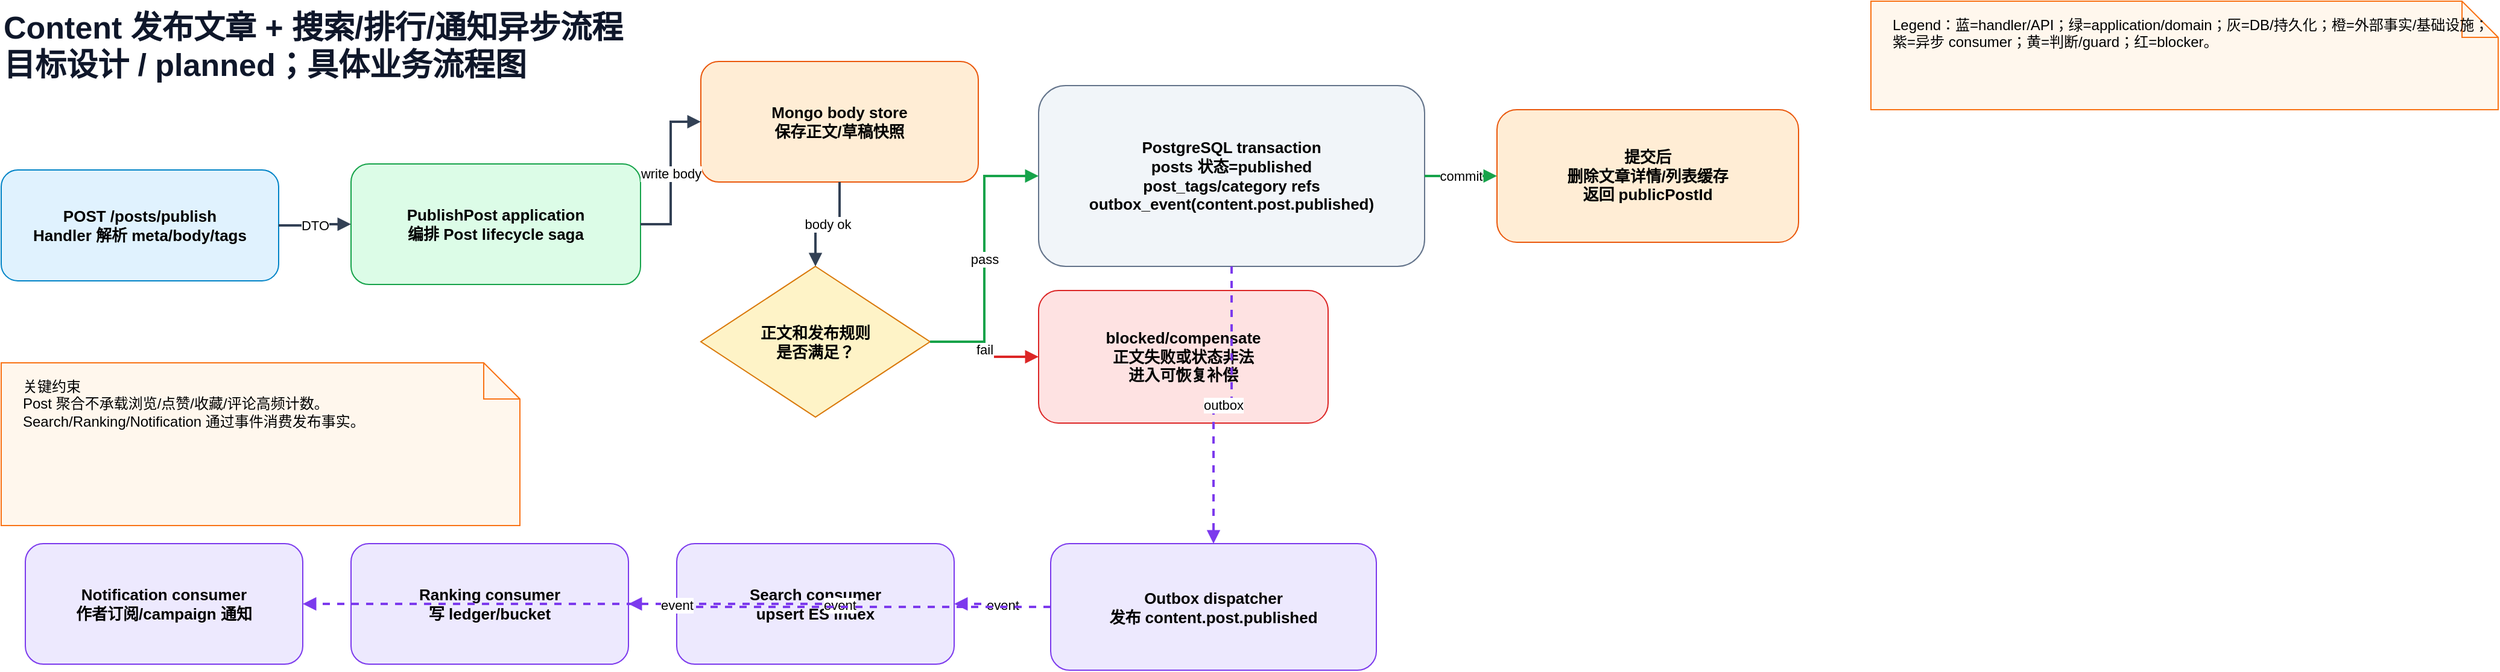
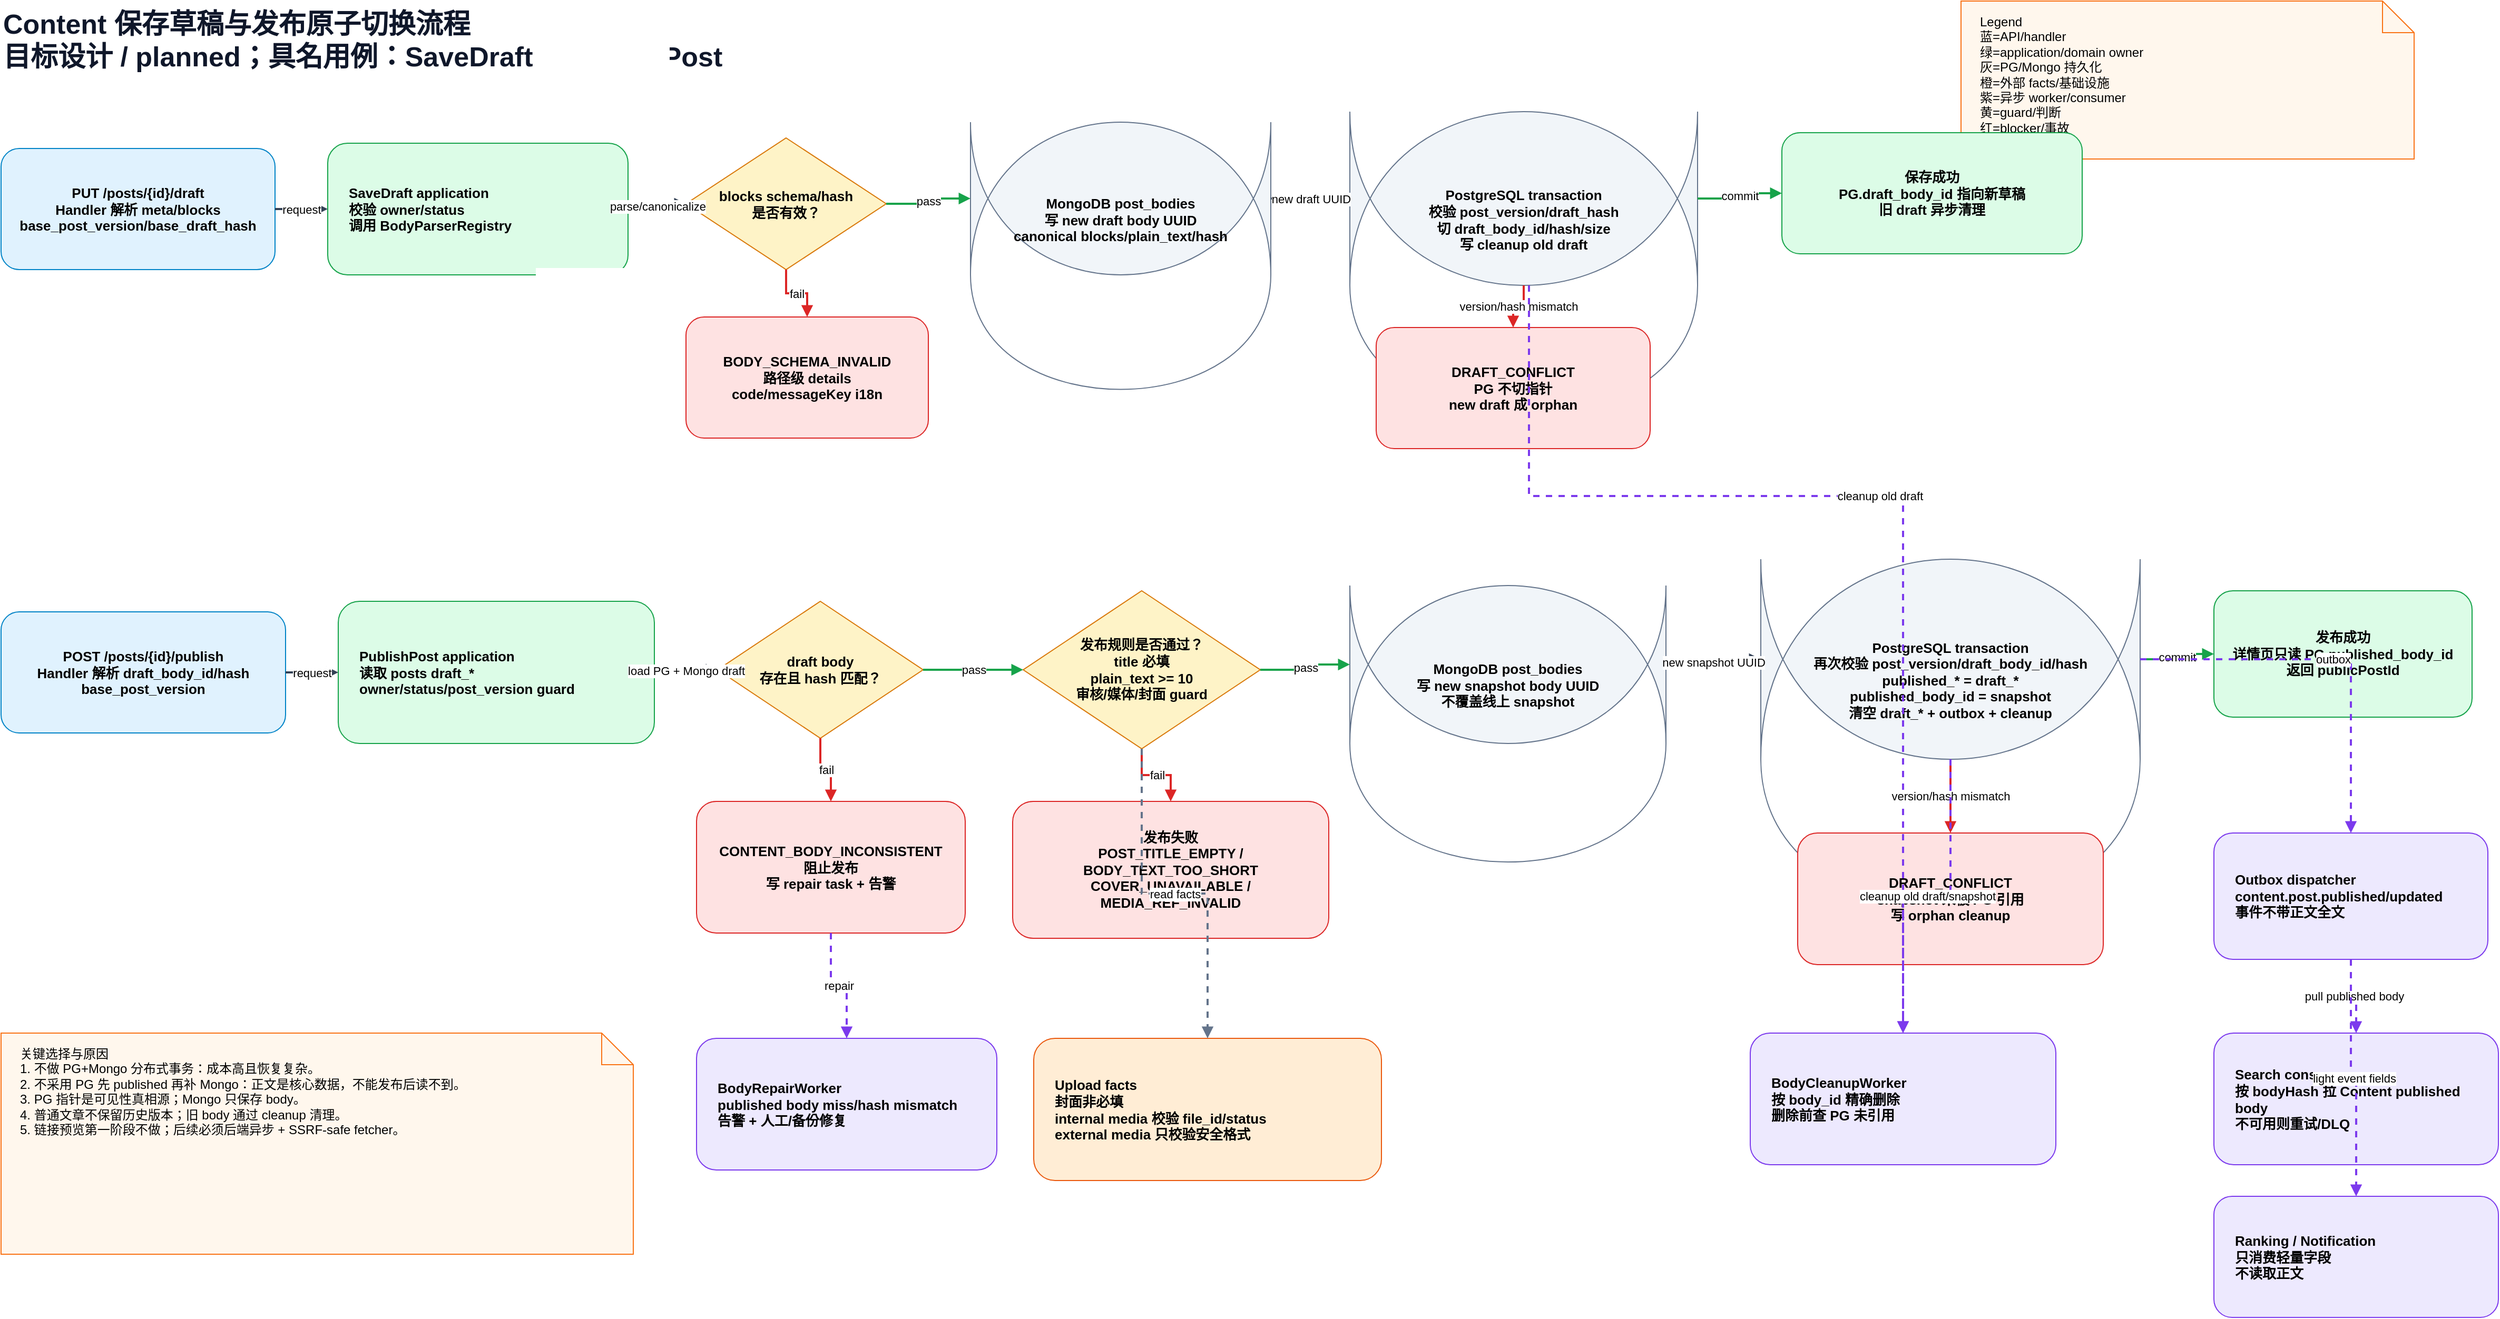
<mxfile host="app.diagrams.net" modified="2026-06-26T00:00:00.000Z" agent="Codex" version="30.0.2" type="device">
-   <diagram id="content-workflow" name="Content 发布文章 + 搜索/排行/通知异步流程">
-     <mxGraphModel dx="2200" dy="1200" grid="1" gridSize="10" guides="1" tooltips="1" connect="1" arrows="1" fold="1" page="1" pageScale="1" pageWidth="2200" pageHeight="900" math="0" shadow="0">
+   <diagram id="content-publish-workflow" name="Content 保存草稿与发布原子切换流程">
+     <mxGraphModel dx="2400" dy="1350" grid="1" gridSize="10" guides="1" tooltips="1" connect="1" arrows="1" fold="1" page="1" pageScale="1" pageWidth="2400" pageHeight="1350" math="0" shadow="0">
      <root>
        <mxCell id="0"/>
        <mxCell id="1" parent="0"/>
-         <mxCell id="title" value="Content 发布文章 + 搜索/排行/通知异步流程&#xa;目标设计 / planned；具体业务流程图" style="text;html=1;strokeColor=none;fillColor=none;align=left;verticalAlign=top;whiteSpace=wrap;fontSize=26;fontStyle=1;fontColor=#0f172a;" vertex="1" parent="1"><mxGeometry x="40" y="30" width="1400" height="70" as="geometry"/></mxCell>
-         <mxCell id="legend" value="Legend：蓝=handler/API；绿=application/domain；灰=DB/持久化；橙=外部事实/基础设施；紫=异步 consumer；黄=判断/guard；红=blocker。" style="shape=note;whiteSpace=wrap;html=1;fillColor=#fff7ed;strokeColor=#f97316;fontSize=12;align=left;verticalAlign=top;spacing=8;spacingLeft=10;" vertex="1" parent="1"><mxGeometry x="1590" y="30" width="520" height="90" as="geometry"/></mxCell>
-         <mxCell id="n1" value="POST /posts/publish&#xa;Handler 解析 meta/body/tags" style="rounded=1;whiteSpace=wrap;html=1;fillColor=#e0f2fe;strokeColor=#0284c7;fontSize=13;fontStyle=1;align=center;verticalAlign=middle;spacing=8;" vertex="1" parent="1"><mxGeometry x="40" y="170" width="230" height="92" as="geometry"/></mxCell>
-         <mxCell id="n2" value="PublishPost application&#xa;编排 Post lifecycle saga" style="rounded=1;whiteSpace=wrap;html=1;fillColor=#dcfce7;strokeColor=#16a34a;fontSize=13;fontStyle=1;align=center;verticalAlign=middle;spacing=8;" vertex="1" parent="1"><mxGeometry x="330" y="165" width="240" height="100" as="geometry"/></mxCell>
-         <mxCell id="n3" value="Mongo body store&#xa;保存正文/草稿快照" style="rounded=1;whiteSpace=wrap;html=1;fillColor=#ffedd5;strokeColor=#ea580c;fontSize=13;fontStyle=1;align=center;verticalAlign=middle;spacing=8;" vertex="1" parent="1"><mxGeometry x="620" y="80" width="230" height="100" as="geometry"/></mxCell>
-         <mxCell id="d1" value="正文和发布规则&#xa;是否满足？" style="rhombus;whiteSpace=wrap;html=1;fillColor=#fef3c7;strokeColor=#d97706;fontSize=13;fontStyle=1;align=center;verticalAlign=middle;spacing=6;" vertex="1" parent="1"><mxGeometry x="620" y="250" width="190" height="125" as="geometry"/></mxCell>
-         <mxCell id="b1" value="blocked/compensate&#xa;正文失败或状态非法&#xa;进入可恢复补偿" style="rounded=1;whiteSpace=wrap;html=1;fillColor=#fee2e2;strokeColor=#dc2626;fontSize=13;fontStyle=1;align=center;verticalAlign=middle;spacing=8;" vertex="1" parent="1"><mxGeometry x="900" y="270" width="240" height="110" as="geometry"/></mxCell>
-         <mxCell id="n4" value="PostgreSQL transaction&#xa;posts 状态=published&#xa;post_tags/category refs&#xa;outbox_event(content.post.published)" style="rounded=1;whiteSpace=wrap;html=1;fillColor=#f1f5f9;strokeColor=#64748b;fontSize=13;fontStyle=1;align=center;verticalAlign=middle;spacing=8;" vertex="1" parent="1"><mxGeometry x="900" y="100" width="320" height="150" as="geometry"/></mxCell>
-         <mxCell id="n5" value="提交后&#xa;删除文章详情/列表缓存&#xa;返回 publicPostId" style="rounded=1;whiteSpace=wrap;html=1;fillColor=#ffedd5;strokeColor=#ea580c;fontSize=13;fontStyle=1;align=center;verticalAlign=middle;spacing=8;" vertex="1" parent="1"><mxGeometry x="1280" y="120" width="250" height="110" as="geometry"/></mxCell>
-         <mxCell id="n6" value="Outbox dispatcher&#xa;发布 content.post.published" style="rounded=1;whiteSpace=wrap;html=1;fillColor=#ede9fe;strokeColor=#7c3aed;fontSize=13;fontStyle=1;align=center;verticalAlign=middle;spacing=8;" vertex="1" parent="1"><mxGeometry x="910" y="480" width="270" height="105" as="geometry"/></mxCell>
-         <mxCell id="n7" value="Search consumer&#xa;upsert ES index" style="rounded=1;whiteSpace=wrap;html=1;fillColor=#ede9fe;strokeColor=#7c3aed;fontSize=13;fontStyle=1;align=center;verticalAlign=middle;spacing=8;" vertex="1" parent="1"><mxGeometry x="600" y="480" width="230" height="100" as="geometry"/></mxCell>
-         <mxCell id="n8" value="Ranking consumer&#xa;写 ledger/bucket" style="rounded=1;whiteSpace=wrap;html=1;fillColor=#ede9fe;strokeColor=#7c3aed;fontSize=13;fontStyle=1;align=center;verticalAlign=middle;spacing=8;" vertex="1" parent="1"><mxGeometry x="330" y="480" width="230" height="100" as="geometry"/></mxCell>
-         <mxCell id="n9" value="Notification consumer&#xa;作者订阅/campaign 通知" style="rounded=1;whiteSpace=wrap;html=1;fillColor=#ede9fe;strokeColor=#7c3aed;fontSize=13;fontStyle=1;align=center;verticalAlign=middle;spacing=8;" vertex="1" parent="1"><mxGeometry x="60" y="480" width="230" height="100" as="geometry"/></mxCell>
-         <mxCell id="note" value="关键约束&#xa;Post 聚合不承载浏览/点赞/收藏/评论高频计数。&#xa;Search/Ranking/Notification 通过事件消费发布事实。" style="shape=note;whiteSpace=wrap;html=1;fillColor=#fff7ed;strokeColor=#f97316;fontSize=12;align=left;verticalAlign=top;spacing=8;spacingLeft=10;" vertex="1" parent="1"><mxGeometry x="40" y="330" width="430" height="135" as="geometry"/></mxCell>
-         <mxCell id="e1" value="DTO" style="edgeStyle=orthogonalEdgeStyle;rounded=0;orthogonalLoop=1;jettySize=auto;html=1;endArrow=block;strokeColor=#334155;strokeWidth=2;" edge="1" parent="1" source="n1" target="n2"><mxGeometry relative="1" as="geometry"/></mxCell>
-         <mxCell id="e2" value="write body" style="edgeStyle=orthogonalEdgeStyle;rounded=0;orthogonalLoop=1;jettySize=auto;html=1;endArrow=block;strokeColor=#334155;strokeWidth=2;" edge="1" parent="1" source="n2" target="n3"><mxGeometry relative="1" as="geometry"/></mxCell>
-         <mxCell id="e3" value="body ok" style="edgeStyle=orthogonalEdgeStyle;rounded=0;orthogonalLoop=1;jettySize=auto;html=1;endArrow=block;strokeColor=#334155;strokeWidth=2;" edge="1" parent="1" source="n3" target="d1"><mxGeometry relative="1" as="geometry"/></mxCell>
-         <mxCell id="e4" value="fail" style="edgeStyle=orthogonalEdgeStyle;rounded=0;orthogonalLoop=1;jettySize=auto;html=1;endArrow=block;strokeColor=#dc2626;strokeWidth=2;" edge="1" parent="1" source="d1" target="b1"><mxGeometry relative="1" as="geometry"/></mxCell>
-         <mxCell id="e5" value="pass" style="edgeStyle=orthogonalEdgeStyle;rounded=0;orthogonalLoop=1;jettySize=auto;html=1;endArrow=block;strokeColor=#16a34a;strokeWidth=2;" edge="1" parent="1" source="d1" target="n4"><mxGeometry relative="1" as="geometry"/></mxCell>
-         <mxCell id="e6" value="commit" style="edgeStyle=orthogonalEdgeStyle;rounded=0;orthogonalLoop=1;jettySize=auto;html=1;endArrow=block;strokeColor=#16a34a;strokeWidth=2;" edge="1" parent="1" source="n4" target="n5"><mxGeometry relative="1" as="geometry"/></mxCell>
-         <mxCell id="e7" value="outbox" style="edgeStyle=orthogonalEdgeStyle;rounded=0;orthogonalLoop=1;jettySize=auto;html=1;endArrow=block;dashed=1;strokeColor=#7c3aed;strokeWidth=2;" edge="1" parent="1" source="n4" target="n6"><mxGeometry relative="1" as="geometry"/></mxCell>
-         <mxCell id="e8" value="event" style="edgeStyle=orthogonalEdgeStyle;rounded=0;orthogonalLoop=1;jettySize=auto;html=1;endArrow=block;dashed=1;strokeColor=#7c3aed;strokeWidth=2;" edge="1" parent="1" source="n6" target="n7"><mxGeometry relative="1" as="geometry"/></mxCell>
-         <mxCell id="e9" value="event" style="edgeStyle=orthogonalEdgeStyle;rounded=0;orthogonalLoop=1;jettySize=auto;html=1;endArrow=block;dashed=1;strokeColor=#7c3aed;strokeWidth=2;" edge="1" parent="1" source="n6" target="n8"><mxGeometry relative="1" as="geometry"/></mxCell>
-         <mxCell id="e10" value="event" style="edgeStyle=orthogonalEdgeStyle;rounded=0;orthogonalLoop=1;jettySize=auto;html=1;endArrow=block;dashed=1;strokeColor=#7c3aed;strokeWidth=2;" edge="1" parent="1" source="n6" target="n9"><mxGeometry relative="1" as="geometry"/></mxCell>
+         <mxCell id="title" value="Content 保存草稿与发布原子切换流程&#xa;目标设计 / planned；具名用例：SaveDraft + PublishPost" style="text;html=1;strokeColor=none;fillColor=none;align=left;verticalAlign=top;whiteSpace=wrap;fontSize=26;fontStyle=1;fontColor=#0f172a;" vertex="1" parent="1"><mxGeometry x="40" y="30" width="1500" height="80" as="geometry"/></mxCell>
+         <mxCell id="legend" value="Legend&#xa;蓝=API/handler&#xa;绿=application/domain owner&#xa;灰=PG/Mongo 持久化&#xa;橙=外部 facts/基础设施&#xa;紫=异步 worker/consumer&#xa;黄=guard/判断&#xa;红=blocker/事故" style="shape=note;whiteSpace=wrap;html=1;fillColor=#fff7ed;strokeColor=#f97316;fontSize=12;align=left;verticalAlign=top;spacing=8;spacingLeft=10;" vertex="1" parent="1"><mxGeometry x="1900" y="30" width="430" height="150" as="geometry"/></mxCell>
+ 
+         <mxCell id="draft-entry" value="PUT /posts/{id}/draft&#xa;Handler 解析 meta/blocks&#xa;base_post_version/base_draft_hash" style="rounded=1;whiteSpace=wrap;html=1;fillColor=#e0f2fe;strokeColor=#0284c7;fontSize=13;fontStyle=1;align=center;verticalAlign=middle;spacing=8;" vertex="1" parent="1"><mxGeometry x="40" y="170" width="260" height="115" as="geometry"/></mxCell>
+         <mxCell id="draft-app" value="SaveDraft application&#xa;校验 owner/status&#xa;调用 BodyParserRegistry" style="rounded=1;whiteSpace=wrap;html=1;fillColor=#dcfce7;strokeColor=#16a34a;fontSize=13;fontStyle=1;align=left;verticalAlign=middle;spacing=8;spacingLeft=12;" vertex="1" parent="1"><mxGeometry x="350" y="165" width="285" height="125" as="geometry"/></mxCell>
+         <mxCell id="schema-guard" value="blocks schema/hash&#xa;是否有效？" style="rhombus;whiteSpace=wrap;html=1;fillColor=#fef3c7;strokeColor=#d97706;fontSize=13;fontStyle=1;align=center;verticalAlign=middle;spacing=6;" vertex="1" parent="1"><mxGeometry x="690" y="160" width="190" height="125" as="geometry"/></mxCell>
+         <mxCell id="schema-blocker" value="BODY_SCHEMA_INVALID&#xa;路径级 details&#xa;code/messageKey i18n" style="rounded=1;whiteSpace=wrap;html=1;fillColor=#fee2e2;strokeColor=#dc2626;fontSize=13;fontStyle=1;align=center;verticalAlign=middle;spacing=8;" vertex="1" parent="1"><mxGeometry x="690" y="330" width="230" height="115" as="geometry"/></mxCell>
+         <mxCell id="mongo-draft" value="MongoDB post_bodies&#xa;写 new draft body UUID&#xa;canonical blocks/plain_text/hash" style="shape=cylinder;whiteSpace=wrap;html=1;boundedLbl=1;backgroundOutline=1;size=15;fillColor=#f1f5f9;strokeColor=#64748b;fontSize=13;fontStyle=1;align=center;verticalAlign=middle;spacing=8;" vertex="1" parent="1"><mxGeometry x="960" y="145" width="285" height="145" as="geometry"/></mxCell>
+         <mxCell id="pg-draft-tx" value="PostgreSQL transaction&#xa;校验 post_version/draft_hash&#xa;切 draft_body_id/hash/size&#xa;写 cleanup old draft" style="shape=cylinder;whiteSpace=wrap;html=1;boundedLbl=1;backgroundOutline=1;size=15;fillColor=#f1f5f9;strokeColor=#64748b;fontSize=13;fontStyle=1;align=center;verticalAlign=middle;spacing=8;" vertex="1" parent="1"><mxGeometry x="1320" y="135" width="330" height="165" as="geometry"/></mxCell>
+         <mxCell id="draft-conflict" value="DRAFT_CONFLICT&#xa;PG 不切指针&#xa;new draft 成 orphan" style="rounded=1;whiteSpace=wrap;html=1;fillColor=#fee2e2;strokeColor=#dc2626;fontSize=13;fontStyle=1;align=center;verticalAlign=middle;spacing=8;" vertex="1" parent="1"><mxGeometry x="1345" y="340" width="260" height="115" as="geometry"/></mxCell>
+         <mxCell id="draft-ok" value="保存成功&#xa;PG.draft_body_id 指向新草稿&#xa;旧 draft 异步清理" style="rounded=1;whiteSpace=wrap;html=1;fillColor=#dcfce7;strokeColor=#16a34a;fontSize=13;fontStyle=1;align=center;verticalAlign=middle;spacing=8;" vertex="1" parent="1"><mxGeometry x="1730" y="155" width="285" height="115" as="geometry"/></mxCell>
+ 
+         <mxCell id="publish-entry" value="POST /posts/{id}/publish&#xa;Handler 解析 draft_body_id/hash&#xa;base_post_version" style="rounded=1;whiteSpace=wrap;html=1;fillColor=#e0f2fe;strokeColor=#0284c7;fontSize=13;fontStyle=1;align=center;verticalAlign=middle;spacing=8;" vertex="1" parent="1"><mxGeometry x="40" y="610" width="270" height="115" as="geometry"/></mxCell>
+         <mxCell id="publish-app" value="PublishPost application&#xa;读取 posts draft_*&#xa;owner/status/post_version guard" style="rounded=1;whiteSpace=wrap;html=1;fillColor=#dcfce7;strokeColor=#16a34a;fontSize=13;fontStyle=1;align=left;verticalAlign=middle;spacing=8;spacingLeft=12;" vertex="1" parent="1"><mxGeometry x="360" y="600" width="300" height="135" as="geometry"/></mxCell>
+         <mxCell id="draft-exists" value="draft body&#xa;存在且 hash 匹配？" style="rhombus;whiteSpace=wrap;html=1;fillColor=#fef3c7;strokeColor=#d97706;fontSize=13;fontStyle=1;align=center;verticalAlign=middle;spacing=6;" vertex="1" parent="1"><mxGeometry x="720" y="600" width="195" height="130" as="geometry"/></mxCell>
+         <mxCell id="repair-task" value="CONTENT_BODY_INCONSISTENT&#xa;阻止发布&#xa;写 repair task + 告警" style="rounded=1;whiteSpace=wrap;html=1;fillColor=#fee2e2;strokeColor=#dc2626;fontSize=13;fontStyle=1;align=center;verticalAlign=middle;spacing=8;" vertex="1" parent="1"><mxGeometry x="700" y="790" width="255" height="125" as="geometry"/></mxCell>
+         <mxCell id="publish-rules" value="发布规则是否通过？&#xa;title 必填&#xa;plain_text &gt;= 10&#xa;审核/媒体/封面 guard" style="rhombus;whiteSpace=wrap;html=1;fillColor=#fef3c7;strokeColor=#d97706;fontSize=13;fontStyle=1;align=center;verticalAlign=middle;spacing=6;" vertex="1" parent="1"><mxGeometry x="1010" y="590" width="225" height="150" as="geometry"/></mxCell>
+         <mxCell id="publish-blocked" value="发布失败&#xa;POST_TITLE_EMPTY / BODY_TEXT_TOO_SHORT&#xa;COVER_UNAVAILABLE / MEDIA_REF_INVALID" style="rounded=1;whiteSpace=wrap;html=1;fillColor=#fee2e2;strokeColor=#dc2626;fontSize=13;fontStyle=1;align=center;verticalAlign=middle;spacing=8;" vertex="1" parent="1"><mxGeometry x="1000" y="790" width="300" height="130" as="geometry"/></mxCell>
+         <mxCell id="upload-facts" value="Upload facts&#xa;封面非必填&#xa;internal media 校验 file_id/status&#xa;external media 只校验安全格式" style="rounded=1;whiteSpace=wrap;html=1;fillColor=#ffedd5;strokeColor=#ea580c;fontSize=13;fontStyle=1;align=left;verticalAlign=middle;spacing=8;spacingLeft=12;" vertex="1" parent="1"><mxGeometry x="1020" y="1015" width="330" height="135" as="geometry"/></mxCell>
+         <mxCell id="mongo-snapshot" value="MongoDB post_bodies&#xa;写 new snapshot body UUID&#xa;不覆盖线上 snapshot" style="shape=cylinder;whiteSpace=wrap;html=1;boundedLbl=1;backgroundOutline=1;size=15;fillColor=#f1f5f9;strokeColor=#64748b;fontSize=13;fontStyle=1;align=center;verticalAlign=middle;spacing=8;" vertex="1" parent="1"><mxGeometry x="1320" y="585" width="300" height="150" as="geometry"/></mxCell>
+         <mxCell id="pg-publish-tx" value="PostgreSQL transaction&#xa;再次校验 post_version/draft_body_id/hash&#xa;published_* = draft_*&#xa;published_body_id = snapshot&#xa;清空 draft_* + outbox + cleanup" style="shape=cylinder;whiteSpace=wrap;html=1;boundedLbl=1;backgroundOutline=1;size=15;fillColor=#f1f5f9;strokeColor=#64748b;fontSize=13;fontStyle=1;align=center;verticalAlign=middle;spacing=8;" vertex="1" parent="1"><mxGeometry x="1710" y="560" width="360" height="190" as="geometry"/></mxCell>
+         <mxCell id="publish-conflict" value="DRAFT_CONFLICT&#xa;snapshot 未被 PG 引用&#xa;写 orphan cleanup" style="rounded=1;whiteSpace=wrap;html=1;fillColor=#fee2e2;strokeColor=#dc2626;fontSize=13;fontStyle=1;align=center;verticalAlign=middle;spacing=8;" vertex="1" parent="1"><mxGeometry x="1745" y="820" width="290" height="125" as="geometry"/></mxCell>
+         <mxCell id="publish-ok" value="发布成功&#xa;详情页只读 PG.published_body_id&#xa;返回 publicPostId" style="rounded=1;whiteSpace=wrap;html=1;fillColor=#dcfce7;strokeColor=#16a34a;fontSize=13;fontStyle=1;align=center;verticalAlign=middle;spacing=8;" vertex="1" parent="1"><mxGeometry x="2140" y="590" width="245" height="120" as="geometry"/></mxCell>
+ 
+         <mxCell id="cleanup-worker" value="BodyCleanupWorker&#xa;按 body_id 精确删除&#xa;删除前查 PG 未引用" style="rounded=1;whiteSpace=wrap;html=1;fillColor=#ede9fe;strokeColor=#7c3aed;fontSize=13;fontStyle=1;align=left;verticalAlign=middle;spacing=8;spacingLeft=12;" vertex="1" parent="1"><mxGeometry x="1700" y="1010" width="290" height="125" as="geometry"/></mxCell>
+         <mxCell id="repair-worker" value="BodyRepairWorker&#xa;published body miss/hash mismatch&#xa;告警 + 人工/备份修复" style="rounded=1;whiteSpace=wrap;html=1;fillColor=#ede9fe;strokeColor=#7c3aed;fontSize=13;fontStyle=1;align=left;verticalAlign=middle;spacing=8;spacingLeft=12;" vertex="1" parent="1"><mxGeometry x="700" y="1015" width="285" height="125" as="geometry"/></mxCell>
+         <mxCell id="outbox-dispatcher" value="Outbox dispatcher&#xa;content.post.published/updated&#xa;事件不带正文全文" style="rounded=1;whiteSpace=wrap;html=1;fillColor=#ede9fe;strokeColor=#7c3aed;fontSize=13;fontStyle=1;align=left;verticalAlign=middle;spacing=8;spacingLeft=12;" vertex="1" parent="1"><mxGeometry x="2140" y="820" width="260" height="120" as="geometry"/></mxCell>
+         <mxCell id="search-consumer" value="Search consumer&#xa;按 bodyHash 拉 Content published body&#xa;不可用则重试/DLQ" style="rounded=1;whiteSpace=wrap;html=1;fillColor=#ede9fe;strokeColor=#7c3aed;fontSize=13;fontStyle=1;align=left;verticalAlign=middle;spacing=8;spacingLeft=12;" vertex="1" parent="1"><mxGeometry x="2140" y="1010" width="270" height="125" as="geometry"/></mxCell>
+         <mxCell id="rank-notify" value="Ranking / Notification&#xa;只消费轻量字段&#xa;不读取正文" style="rounded=1;whiteSpace=wrap;html=1;fillColor=#ede9fe;strokeColor=#7c3aed;fontSize=13;fontStyle=1;align=left;verticalAlign=middle;spacing=8;spacingLeft=12;" vertex="1" parent="1"><mxGeometry x="2140" y="1165" width="270" height="115" as="geometry"/></mxCell>
+         <mxCell id="note" value="关键选择与原因&#xa;1. 不做 PG+Mongo 分布式事务：成本高且恢复复杂。&#xa;2. 不采用 PG 先 published 再补 Mongo：正文是核心数据，不能发布后读不到。&#xa;3. PG 指针是可见性真相源；Mongo 只保存 body。&#xa;4. 普通文章不保留历史版本；旧 body 通过 cleanup 清理。&#xa;5. 链接预览第一阶段不做；后续必须后端异步 + SSRF-safe fetcher。" style="shape=note;whiteSpace=wrap;html=1;fillColor=#fff7ed;strokeColor=#f97316;fontSize=12;align=left;verticalAlign=top;spacing=8;spacingLeft=10;" vertex="1" parent="1"><mxGeometry x="40" y="1010" width="600" height="210" as="geometry"/></mxCell>
+ 
+         <mxCell id="e1" value="request" style="edgeStyle=orthogonalEdgeStyle;rounded=0;orthogonalLoop=1;jettySize=auto;html=1;endArrow=block;strokeColor=#334155;strokeWidth=2;" edge="1" parent="1" source="draft-entry" target="draft-app"><mxGeometry relative="1" as="geometry"/></mxCell>
+         <mxCell id="e2" value="parse/canonicalize" style="edgeStyle=orthogonalEdgeStyle;rounded=0;orthogonalLoop=1;jettySize=auto;html=1;endArrow=block;strokeColor=#334155;strokeWidth=2;" edge="1" parent="1" source="draft-app" target="schema-guard"><mxGeometry relative="1" as="geometry"/></mxCell>
+         <mxCell id="e3" value="fail" style="edgeStyle=orthogonalEdgeStyle;rounded=0;orthogonalLoop=1;jettySize=auto;html=1;endArrow=block;strokeColor=#dc2626;strokeWidth=2;" edge="1" parent="1" source="schema-guard" target="schema-blocker"><mxGeometry relative="1" as="geometry"/></mxCell>
+         <mxCell id="e4" value="pass" style="edgeStyle=orthogonalEdgeStyle;rounded=0;orthogonalLoop=1;jettySize=auto;html=1;endArrow=block;strokeColor=#16a34a;strokeWidth=2;" edge="1" parent="1" source="schema-guard" target="mongo-draft"><mxGeometry relative="1" as="geometry"/></mxCell>
+         <mxCell id="e5" value="new draft UUID" style="edgeStyle=orthogonalEdgeStyle;rounded=0;orthogonalLoop=1;jettySize=auto;html=1;endArrow=block;strokeColor=#334155;strokeWidth=2;" edge="1" parent="1" source="mongo-draft" target="pg-draft-tx"><mxGeometry relative="1" as="geometry"/></mxCell>
+         <mxCell id="e6" value="version/hash mismatch" style="edgeStyle=orthogonalEdgeStyle;rounded=0;orthogonalLoop=1;jettySize=auto;html=1;endArrow=block;strokeColor=#dc2626;strokeWidth=2;" edge="1" parent="1" source="pg-draft-tx" target="draft-conflict"><mxGeometry relative="1" as="geometry"/></mxCell>
+         <mxCell id="e7" value="commit" style="edgeStyle=orthogonalEdgeStyle;rounded=0;orthogonalLoop=1;jettySize=auto;html=1;endArrow=block;strokeColor=#16a34a;strokeWidth=2;" edge="1" parent="1" source="pg-draft-tx" target="draft-ok"><mxGeometry relative="1" as="geometry"/></mxCell>
+         <mxCell id="e8" value="cleanup old draft" style="edgeStyle=orthogonalEdgeStyle;rounded=0;orthogonalLoop=1;jettySize=auto;html=1;endArrow=block;dashed=1;strokeColor=#7c3aed;strokeWidth=2;" edge="1" parent="1" source="pg-draft-tx" target="cleanup-worker"><mxGeometry relative="1" as="geometry"><Array as="points"><mxPoint x="1490" y="500"/><mxPoint x="1845" y="500"/></Array></mxGeometry></mxCell>
+ 
+         <mxCell id="e9" value="request" style="edgeStyle=orthogonalEdgeStyle;rounded=0;orthogonalLoop=1;jettySize=auto;html=1;endArrow=block;strokeColor=#334155;strokeWidth=2;" edge="1" parent="1" source="publish-entry" target="publish-app"><mxGeometry relative="1" as="geometry"/></mxCell>
+         <mxCell id="e10" value="load PG + Mongo draft" style="edgeStyle=orthogonalEdgeStyle;rounded=0;orthogonalLoop=1;jettySize=auto;html=1;endArrow=block;strokeColor=#334155;strokeWidth=2;" edge="1" parent="1" source="publish-app" target="draft-exists"><mxGeometry relative="1" as="geometry"/></mxCell>
+         <mxCell id="e11" value="fail" style="edgeStyle=orthogonalEdgeStyle;rounded=0;orthogonalLoop=1;jettySize=auto;html=1;endArrow=block;strokeColor=#dc2626;strokeWidth=2;" edge="1" parent="1" source="draft-exists" target="repair-task"><mxGeometry relative="1" as="geometry"/></mxCell>
+         <mxCell id="e12" value="pass" style="edgeStyle=orthogonalEdgeStyle;rounded=0;orthogonalLoop=1;jettySize=auto;html=1;endArrow=block;strokeColor=#16a34a;strokeWidth=2;" edge="1" parent="1" source="draft-exists" target="publish-rules"><mxGeometry relative="1" as="geometry"/></mxCell>
+         <mxCell id="e13" value="fail" style="edgeStyle=orthogonalEdgeStyle;rounded=0;orthogonalLoop=1;jettySize=auto;html=1;endArrow=block;strokeColor=#dc2626;strokeWidth=2;" edge="1" parent="1" source="publish-rules" target="publish-blocked"><mxGeometry relative="1" as="geometry"/></mxCell>
+         <mxCell id="e14" value="read facts" style="edgeStyle=orthogonalEdgeStyle;rounded=0;orthogonalLoop=1;jettySize=auto;html=1;endArrow=block;dashed=1;strokeColor=#64748b;strokeWidth=2;" edge="1" parent="1" source="publish-rules" target="upload-facts"><mxGeometry relative="1" as="geometry"/></mxCell>
+         <mxCell id="e15" value="pass" style="edgeStyle=orthogonalEdgeStyle;rounded=0;orthogonalLoop=1;jettySize=auto;html=1;endArrow=block;strokeColor=#16a34a;strokeWidth=2;" edge="1" parent="1" source="publish-rules" target="mongo-snapshot"><mxGeometry relative="1" as="geometry"/></mxCell>
+         <mxCell id="e16" value="new snapshot UUID" style="edgeStyle=orthogonalEdgeStyle;rounded=0;orthogonalLoop=1;jettySize=auto;html=1;endArrow=block;strokeColor=#334155;strokeWidth=2;" edge="1" parent="1" source="mongo-snapshot" target="pg-publish-tx"><mxGeometry relative="1" as="geometry"/></mxCell>
+         <mxCell id="e17" value="version/hash mismatch" style="edgeStyle=orthogonalEdgeStyle;rounded=0;orthogonalLoop=1;jettySize=auto;html=1;endArrow=block;strokeColor=#dc2626;strokeWidth=2;" edge="1" parent="1" source="pg-publish-tx" target="publish-conflict"><mxGeometry relative="1" as="geometry"/></mxCell>
+         <mxCell id="e18" value="commit" style="edgeStyle=orthogonalEdgeStyle;rounded=0;orthogonalLoop=1;jettySize=auto;html=1;endArrow=block;strokeColor=#16a34a;strokeWidth=2;" edge="1" parent="1" source="pg-publish-tx" target="publish-ok"><mxGeometry relative="1" as="geometry"/></mxCell>
+         <mxCell id="e19" value="cleanup old draft/snapshot" style="edgeStyle=orthogonalEdgeStyle;rounded=0;orthogonalLoop=1;jettySize=auto;html=1;endArrow=block;dashed=1;strokeColor=#7c3aed;strokeWidth=2;" edge="1" parent="1" source="pg-publish-tx" target="cleanup-worker"><mxGeometry relative="1" as="geometry"/></mxCell>
+         <mxCell id="e20" value="repair" style="edgeStyle=orthogonalEdgeStyle;rounded=0;orthogonalLoop=1;jettySize=auto;html=1;endArrow=block;dashed=1;strokeColor=#7c3aed;strokeWidth=2;" edge="1" parent="1" source="repair-task" target="repair-worker"><mxGeometry relative="1" as="geometry"/></mxCell>
+         <mxCell id="e21" value="outbox" style="edgeStyle=orthogonalEdgeStyle;rounded=0;orthogonalLoop=1;jettySize=auto;html=1;endArrow=block;dashed=1;strokeColor=#7c3aed;strokeWidth=2;" edge="1" parent="1" source="pg-publish-tx" target="outbox-dispatcher"><mxGeometry relative="1" as="geometry"/></mxCell>
+         <mxCell id="e22" value="pull published body" style="edgeStyle=orthogonalEdgeStyle;rounded=0;orthogonalLoop=1;jettySize=auto;html=1;endArrow=block;dashed=1;strokeColor=#7c3aed;strokeWidth=2;" edge="1" parent="1" source="outbox-dispatcher" target="search-consumer"><mxGeometry relative="1" as="geometry"/></mxCell>
+         <mxCell id="e23" value="light event fields" style="edgeStyle=orthogonalEdgeStyle;rounded=0;orthogonalLoop=1;jettySize=auto;html=1;endArrow=block;dashed=1;strokeColor=#7c3aed;strokeWidth=2;" edge="1" parent="1" source="outbox-dispatcher" target="rank-notify"><mxGeometry relative="1" as="geometry"/></mxCell>
      </root>
    </mxGraphModel>
  </diagram>
</mxfile>
